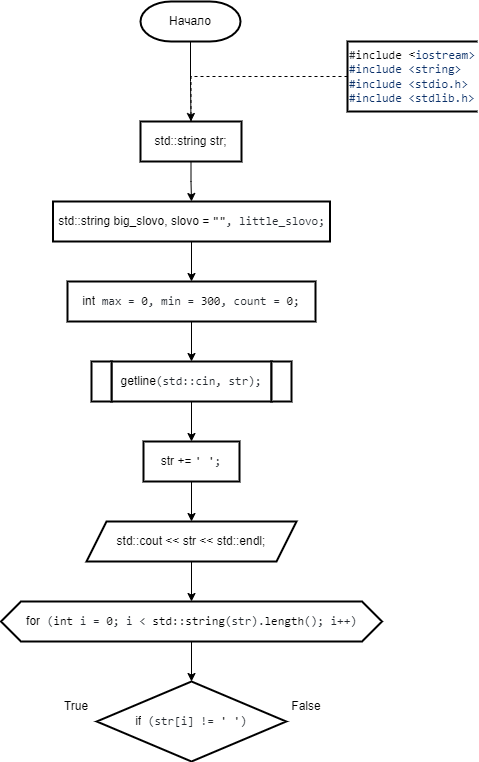
Earlier version of the draw.io export 2 Семестр/Labs/6 Лаба/6 Лаба.png (IlyaFedoseev227/LABS-PNRPU-IVT-22-1b). Source tidied: cells renumbered, new cells last; positions are measured from the earlier drawing's top-left corner, leaving out a move shared by most shapes.
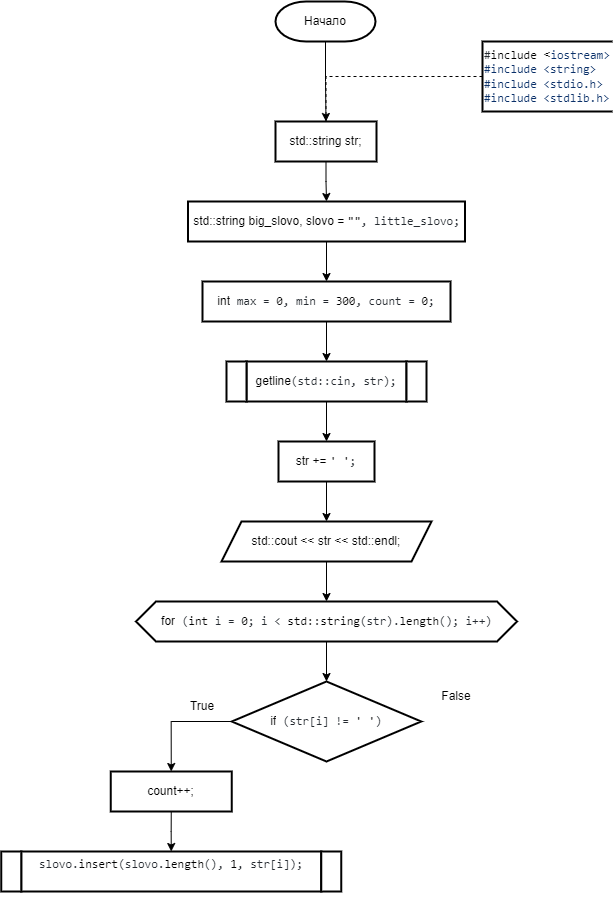
After the commit.

The edit, as a diff of the source:
```diff
@@ -66,14 +66,32 @@
     <mxCell id="21" value="&lt;div style=&quot;text-align: start;&quot;&gt;for&lt;span style=&quot;color: rgb(36, 41, 47); font-family: ui-monospace, SFMono-Regular, &amp;quot;SF Mono&amp;quot;, Menlo, Consolas, &amp;quot;Liberation Mono&amp;quot;, monospace; background-color: rgb(255, 255, 255);&quot;&gt; (&lt;/span&gt;&lt;span style=&quot;box-sizing: border-box; color: var(--color-prettylights-syntax-keyword); font-family: ui-monospace, SFMono-Regular, &amp;quot;SF Mono&amp;quot;, Menlo, Consolas, &amp;quot;Liberation Mono&amp;quot;, monospace; background-color: rgb(255, 255, 255);&quot; class=&quot;pl-k&quot;&gt;int&lt;/span&gt;&lt;span style=&quot;color: rgb(36, 41, 47); font-family: ui-monospace, SFMono-Regular, &amp;quot;SF Mono&amp;quot;, Menlo, Consolas, &amp;quot;Liberation Mono&amp;quot;, monospace; background-color: rgb(255, 255, 255);&quot;&gt; i = &lt;/span&gt;&lt;span style=&quot;box-sizing: border-box; color: var(--color-prettylights-syntax-constant); font-family: ui-monospace, SFMono-Regular, &amp;quot;SF Mono&amp;quot;, Menlo, Consolas, &amp;quot;Liberation Mono&amp;quot;, monospace; background-color: rgb(255, 255, 255);&quot; class=&quot;pl-c1&quot;&gt;0&lt;/span&gt;&lt;span style=&quot;color: rgb(36, 41, 47); font-family: ui-monospace, SFMono-Regular, &amp;quot;SF Mono&amp;quot;, Menlo, Consolas, &amp;quot;Liberation Mono&amp;quot;, monospace; background-color: rgb(255, 255, 255);&quot;&gt;; i &amp;lt; &lt;/span&gt;&lt;span style=&quot;box-sizing: border-box; color: var(--color-prettylights-syntax-constant); font-family: ui-monospace, SFMono-Regular, &amp;quot;SF Mono&amp;quot;, Menlo, Consolas, &amp;quot;Liberation Mono&amp;quot;, monospace; background-color: rgb(255, 255, 255);&quot; class=&quot;pl-c1&quot;&gt;std::string&lt;/span&gt;&lt;span style=&quot;color: rgb(36, 41, 47); font-family: ui-monospace, SFMono-Regular, &amp;quot;SF Mono&amp;quot;, Menlo, Consolas, &amp;quot;Liberation Mono&amp;quot;, monospace; background-color: rgb(255, 255, 255);&quot;&gt;(str).&lt;/span&gt;&lt;span style=&quot;box-sizing: border-box; color: var(--color-prettylights-syntax-constant); font-family: ui-monospace, SFMono-Regular, &amp;quot;SF Mono&amp;quot;, Menlo, Consolas, &amp;quot;Liberation Mono&amp;quot;, monospace; background-color: rgb(255, 255, 255);&quot; class=&quot;pl-c1&quot;&gt;length&lt;/span&gt;&lt;span style=&quot;color: rgb(36, 41, 47); font-family: ui-monospace, SFMono-Regular, &amp;quot;SF Mono&amp;quot;, Menlo, Consolas, &amp;quot;Liberation Mono&amp;quot;, monospace; background-color: rgb(255, 255, 255);&quot;&gt;(); i++)&lt;/span&gt;&lt;br&gt;&lt;/div&gt;" style="shape=hexagon;perimeter=hexagonPerimeter2;whiteSpace=wrap;html=1;fixedSize=1;strokeWidth=2;" parent="1" vertex="1">
       <mxGeometry x="-0.5" y="600" width="381" height="40" as="geometry" />
     </mxCell>
+    <mxCell id="25" style="edgeStyle=orthogonalEdgeStyle;rounded=0;jettySize=auto;html=1;exitX=0;exitY=0.5;exitDx=0;exitDy=0;entryX=0.5;entryY=0;entryDx=0;entryDy=0;strokeWidth=1;endArrow=classic;endFill=1;" parent="1" edge="1" source="22" target="27">
+      <mxGeometry relative="1" as="geometry" />
+    </mxCell>
     <mxCell id="22" value="&lt;div style=&quot;text-align: start;&quot;&gt;if&lt;span style=&quot;color: rgb(36, 41, 47); font-family: ui-monospace, SFMono-Regular, &amp;quot;SF Mono&amp;quot;, Menlo, Consolas, &amp;quot;Liberation Mono&amp;quot;, monospace; background-color: rgb(255, 255, 255);&quot;&gt; (str[i] != &lt;/span&gt;&lt;span style=&quot;box-sizing: border-box; color: var(--color-prettylights-syntax-string); font-family: ui-monospace, SFMono-Regular, &amp;quot;SF Mono&amp;quot;, Menlo, Consolas, &amp;quot;Liberation Mono&amp;quot;, monospace; background-color: rgb(255, 255, 255);&quot; class=&quot;pl-s&quot;&gt;&lt;span style=&quot;box-sizing: border-box; color: var(--color-prettylights-syntax-string);&quot; class=&quot;pl-pds&quot;&gt;'&lt;/span&gt; &lt;span style=&quot;box-sizing: border-box; color: var(--color-prettylights-syntax-string);&quot; class=&quot;pl-pds&quot;&gt;'&lt;/span&gt;&lt;/span&gt;&lt;span style=&quot;color: rgb(36, 41, 47); font-family: ui-monospace, SFMono-Regular, &amp;quot;SF Mono&amp;quot;, Menlo, Consolas, &amp;quot;Liberation Mono&amp;quot;, monospace; background-color: rgb(255, 255, 255);&quot;&gt;)&lt;/span&gt;&lt;br&gt;&lt;/div&gt;" style="rhombus;whiteSpace=wrap;html=1;strokeWidth=2;" parent="1" vertex="1">
       <mxGeometry x="95.2" y="680" width="189.5" height="80" as="geometry" />
     </mxCell>
     <mxCell id="23" value="True" style="text;html=1;strokeColor=none;fillColor=none;align=center;verticalAlign=middle;whiteSpace=wrap;rounded=0;strokeWidth=2;" parent="1" vertex="1">
-      <mxGeometry x="45" y="690" width="60" height="30" as="geometry" />
+      <mxGeometry x="36" y="690" width="60" height="30" as="geometry" />
     </mxCell>
     <mxCell id="24" value="False" style="text;html=1;strokeColor=none;fillColor=none;align=center;verticalAlign=middle;whiteSpace=wrap;rounded=0;strokeWidth=2;" parent="1" vertex="1">
-      <mxGeometry x="275" y="690" width="60" height="30" as="geometry" />
+      <mxGeometry x="290" y="680" width="60" height="30" as="geometry" />
     </mxCell>
+    <mxCell id="26" style="edgeStyle=orthogonalEdgeStyle;rounded=0;jettySize=auto;html=1;exitX=0.5;exitY=1;exitDx=0;exitDy=0;entryX=0.5;entryY=0;entryDx=0;entryDy=0;strokeWidth=1;endArrow=classic;endFill=1;" parent="1" edge="1" source="27" target="28">
+      <mxGeometry relative="1" as="geometry" />
+    </mxCell>
+    <mxCell id="27" value="&lt;div style=&quot;text-align: start;&quot;&gt;count++;&lt;br&gt;&lt;/div&gt;" style="shape=parallelogram;perimeter=parallelogramPerimeter;whiteSpace=wrap;html=1;fixedSize=1;strokeWidth=2;size=-6;" parent="1" vertex="1">
+      <mxGeometry x="-25.8" y="770" width="121" height="40" as="geometry" />
+    </mxCell>
+    <mxCell id="28" value="&#10;&lt;span style=&quot;color: rgb(36, 41, 47); font-family: ui-monospace, SFMono-Regular, &amp;quot;SF Mono&amp;quot;, Menlo, Consolas, &amp;quot;Liberation Mono&amp;quot;, monospace; font-size: 12px; font-style: normal; font-variant-ligatures: normal; font-variant-caps: normal; font-weight: 400; letter-spacing: normal; orphans: 2; text-align: start; text-indent: 0px; text-transform: none; widows: 2; word-spacing: 0px; -webkit-text-stroke-width: 0px; background-color: rgb(255, 255, 255); text-decoration-thickness: initial; text-decoration-style: initial; text-decoration-color: initial; float: none; display: inline !important;&quot;&gt;slovo.&lt;/span&gt;&lt;span style=&quot;box-sizing: border-box; color: var(--color-prettylights-syntax-constant); font-family: ui-monospace, SFMono-Regular, &amp;quot;SF Mono&amp;quot;, Menlo, Consolas, &amp;quot;Liberation Mono&amp;quot;, monospace; font-size: 12px; font-style: normal; font-variant-ligatures: normal; font-variant-caps: normal; font-weight: 400; letter-spacing: normal; orphans: 2; text-align: start; text-indent: 0px; text-transform: none; widows: 2; word-spacing: 0px; -webkit-text-stroke-width: 0px; background-color: rgb(255, 255, 255); text-decoration-thickness: initial; text-decoration-style: initial; text-decoration-color: initial;&quot; class=&quot;pl-c1&quot;&gt;insert&lt;/span&gt;&lt;span style=&quot;color: rgb(36, 41, 47); font-family: ui-monospace, SFMono-Regular, &amp;quot;SF Mono&amp;quot;, Menlo, Consolas, &amp;quot;Liberation Mono&amp;quot;, monospace; font-size: 12px; font-style: normal; font-variant-ligatures: normal; font-variant-caps: normal; font-weight: 400; letter-spacing: normal; orphans: 2; text-align: start; text-indent: 0px; text-transform: none; widows: 2; word-spacing: 0px; -webkit-text-stroke-width: 0px; background-color: rgb(255, 255, 255); text-decoration-thickness: initial; text-decoration-style: initial; text-decoration-color: initial; float: none; display: inline !important;&quot;&gt;(slovo.&lt;/span&gt;&lt;span style=&quot;box-sizing: border-box; color: var(--color-prettylights-syntax-constant); font-family: ui-monospace, SFMono-Regular, &amp;quot;SF Mono&amp;quot;, Menlo, Consolas, &amp;quot;Liberation Mono&amp;quot;, monospace; font-size: 12px; font-style: normal; font-variant-ligatures: normal; font-variant-caps: normal; font-weight: 400; letter-spacing: normal; orphans: 2; text-align: start; text-indent: 0px; text-transform: none; widows: 2; word-spacing: 0px; -webkit-text-stroke-width: 0px; background-color: rgb(255, 255, 255); text-decoration-thickness: initial; text-decoration-style: initial; text-decoration-color: initial;&quot; class=&quot;pl-c1&quot;&gt;length&lt;/span&gt;&lt;span style=&quot;color: rgb(36, 41, 47); font-family: ui-monospace, SFMono-Regular, &amp;quot;SF Mono&amp;quot;, Menlo, Consolas, &amp;quot;Liberation Mono&amp;quot;, monospace; font-size: 12px; font-style: normal; font-variant-ligatures: normal; font-variant-caps: normal; font-weight: 400; letter-spacing: normal; orphans: 2; text-align: start; text-indent: 0px; text-transform: none; widows: 2; word-spacing: 0px; -webkit-text-stroke-width: 0px; background-color: rgb(255, 255, 255); text-decoration-thickness: initial; text-decoration-style: initial; text-decoration-color: initial; float: none; display: inline !important;&quot;&gt;(), &lt;/span&gt;&lt;span style=&quot;box-sizing: border-box; color: var(--color-prettylights-syntax-constant); font-family: ui-monospace, SFMono-Regular, &amp;quot;SF Mono&amp;quot;, Menlo, Consolas, &amp;quot;Liberation Mono&amp;quot;, monospace; font-size: 12px; font-style: normal; font-variant-ligatures: normal; font-variant-caps: normal; font-weight: 400; letter-spacing: normal; orphans: 2; text-align: start; text-indent: 0px; text-transform: none; widows: 2; word-spacing: 0px; -webkit-text-stroke-width: 0px; background-color: rgb(255, 255, 255); text-decoration-thickness: initial; text-decoration-style: initial; text-decoration-color: initial;&quot; class=&quot;pl-c1&quot;&gt;1&lt;/span&gt;&lt;span style=&quot;color: rgb(36, 41, 47); font-family: ui-monospace, SFMono-Regular, &amp;quot;SF Mono&amp;quot;, Menlo, Consolas, &amp;quot;Liberation Mono&amp;quot;, monospace; font-size: 12px; font-style: normal; font-variant-ligatures: normal; font-variant-caps: normal; font-weight: 400; letter-spacing: normal; orphans: 2; text-align: start; text-indent: 0px; text-transform: none; widows: 2; word-spacing: 0px; -webkit-text-stroke-width: 0px; background-color: rgb(255, 255, 255); text-decoration-thickness: initial; text-decoration-style: initial; text-decoration-color: initial; float: none; display: inline !important;&quot;&gt;, str[i]);&lt;/span&gt;&#10;&#10;" style="shape=parallelogram;perimeter=parallelogramPerimeter;whiteSpace=wrap;html=1;fixedSize=1;strokeWidth=2;size=-6;" parent="1" vertex="1">
+      <mxGeometry x="-115.2" y="850" width="300" height="40" as="geometry" />
+    </mxCell>
+    <mxCell id="29" value="&lt;div style=&quot;text-align: start;&quot;&gt;&lt;br&gt;&lt;/div&gt;" style="shape=parallelogram;perimeter=parallelogramPerimeter;whiteSpace=wrap;html=1;fixedSize=1;strokeWidth=2;size=-6;" parent="1" vertex="1">
+      <mxGeometry x="184.8" y="850" width="20" height="40" as="geometry" />
+    </mxCell>
+    <mxCell id="30" value="&lt;div style=&quot;text-align: start;&quot;&gt;&lt;br&gt;&lt;/div&gt;" style="shape=parallelogram;perimeter=parallelogramPerimeter;whiteSpace=wrap;html=1;fixedSize=1;strokeWidth=2;size=-6;" parent="1" vertex="1">
+      <mxGeometry x="-135.2" y="850" width="20" height="40" as="geometry" />
+    </mxCell>
   </root>
 </mxGraphModel>
```
